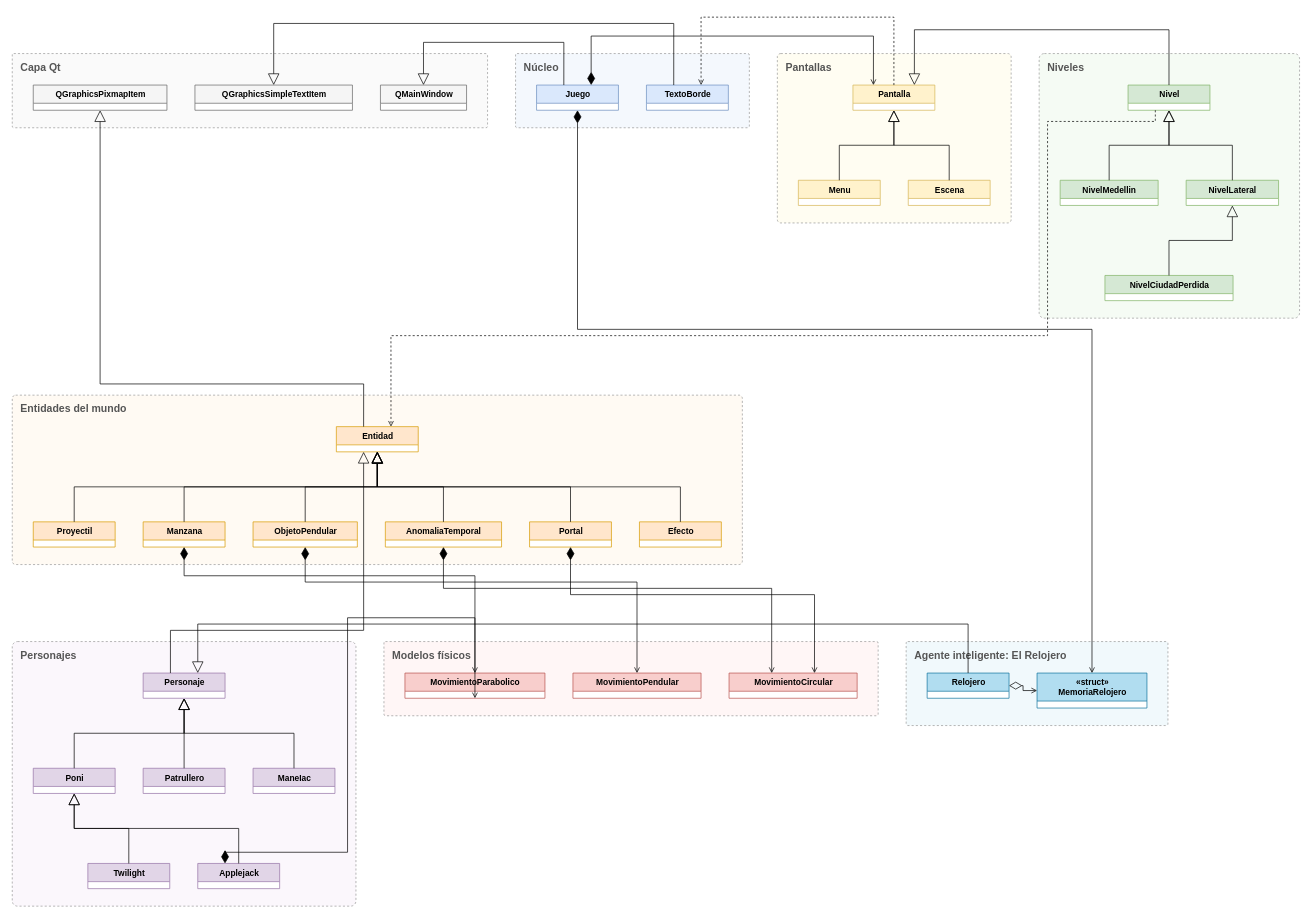
This is Juego/diagramas/diagrama_resumido.drawio from atunon-collab/Proyecto-final-My-Little-Pony-rumbo-a-la-ciudad-perdida-El-asesinato-de-Pablo-Escobar, a draw.io file, before an edit. Source tidied: cells renumbered, new cells numbered last; positions are measured from the earlier drawing's top-left corner, leaving out a move shared by most shapes. Both pictures are drawn from the tidied source at 70%, with x=0, y=0 at pixel (12, 17).
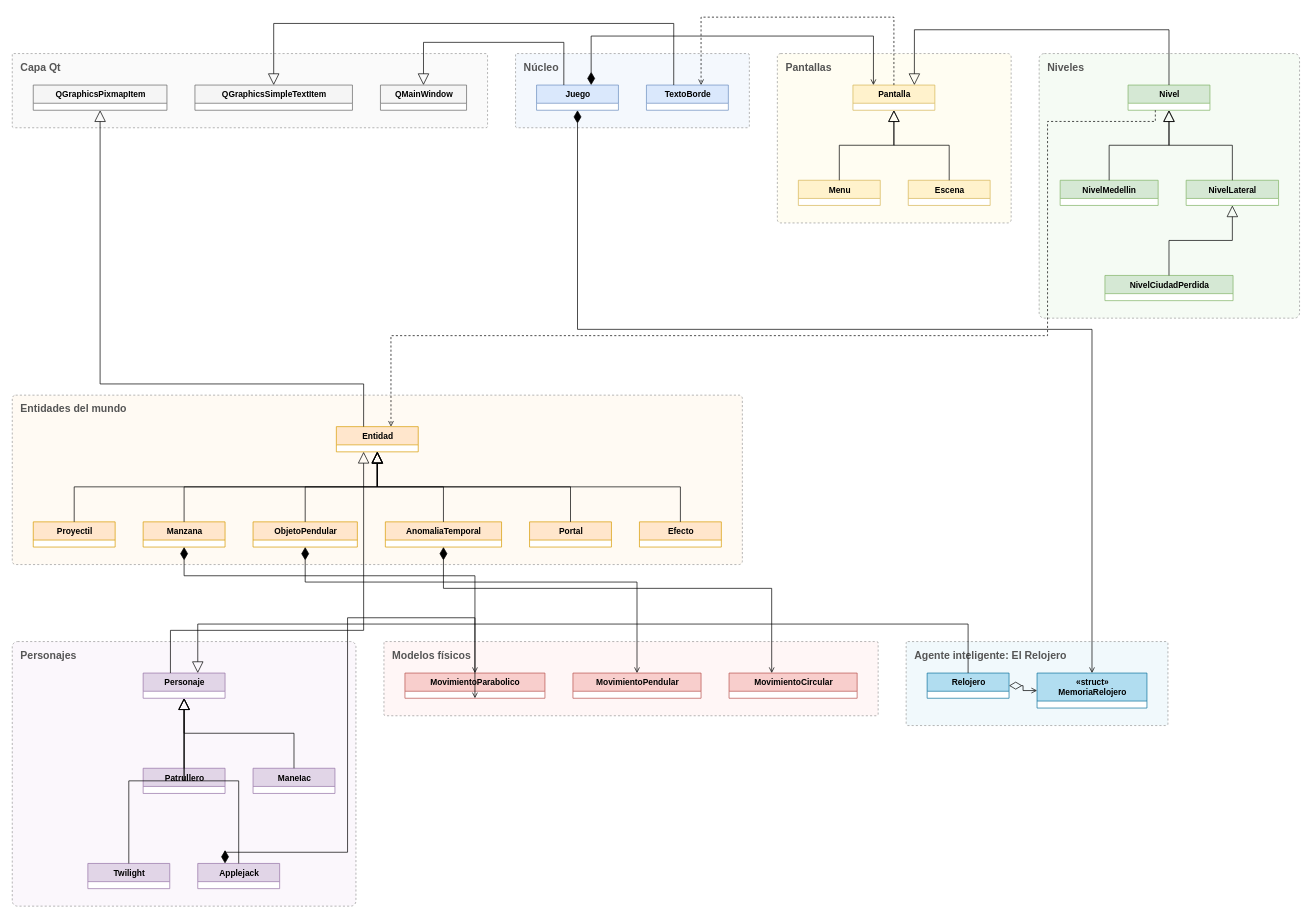
After the change.

Commit message (it also covers changes not shown here):
Twilight y Applejack heredan de Personaje: quito Poni y actualizo los diagramas

The change refers to these unchanged cells:
```xml
<mxCell id="24" value="Portal" style="swimlane;fontStyle=1;html=1;align=center;verticalAlign=top;horizontal=1;startSize=26;fillColor=#ffe6cc;strokeColor=#d79b00;fontSize=12;swimlaneFillColor=#ffffff;" parent="1" vertex="1">
  <mxGeometry x="739" y="721" width="117" height="36" as="geometry" />
</mxCell>
<mxCell id="27" value="Personaje" style="swimlane;fontStyle=1;html=1;align=center;verticalAlign=top;horizontal=1;startSize=26;fillColor=#e1d5e7;strokeColor=#9673a6;fontSize=12;swimlaneFillColor=#ffffff;" parent="1" vertex="1">
  <mxGeometry x="187" y="937" width="117" height="36" as="geometry" />
</mxCell>
<mxCell id="31" value="Twilight" style="swimlane;fontStyle=1;html=1;align=center;verticalAlign=top;horizontal=1;startSize=26;fillColor=#e1d5e7;strokeColor=#9673a6;fontSize=12;swimlaneFillColor=#ffffff;" parent="1" vertex="1">
  <mxGeometry x="108" y="1209" width="117" height="36" as="geometry" />
</mxCell>
<mxCell id="32" value="Applejack" style="swimlane;fontStyle=1;html=1;align=center;verticalAlign=top;horizontal=1;startSize=26;fillColor=#e1d5e7;strokeColor=#9673a6;fontSize=12;swimlaneFillColor=#ffffff;" parent="1" vertex="1">
  <mxGeometry x="265" y="1209" width="117" height="36" as="geometry" />
</mxCell>
<mxCell id="36" value="MovimientoCircular" style="swimlane;fontStyle=1;html=1;align=center;verticalAlign=top;horizontal=1;startSize=26;fillColor=#f8cecc;strokeColor=#b85450;fontSize=12;swimlaneFillColor=#ffffff;" parent="1" vertex="1">
  <mxGeometry x="1024" y="937" width="183" height="36" as="geometry" />
</mxCell>
```

What changed in the source:
```diff
@@
-    <mxCell id="28" value="Poni" style="swimlane;fontStyle=1;html=1;align=center;verticalAlign=top;horizontal=1;startSize=26;fillColor=#e1d5e7;strokeColor=#9673a6;fontSize=12;swimlaneFillColor=#ffffff;" parent="1" vertex="1">
-      <mxGeometry x="30" y="1073" width="117" height="36" as="geometry" />
-    </mxCell>
@@
-    <mxCell id="60" style="edgeStyle=orthogonalEdgeStyle;rounded=0;html=1;fontSize=11;endArrow=block;endFill=0;endSize=14;exitX=0.5;exitY=0;entryX=0.5;entryY=1;" parent="1" edge="1" source="28" target="27">
-      <mxGeometry relative="1" as="geometry" />
-    </mxCell>
@@
-    <mxCell id="64" style="edgeStyle=orthogonalEdgeStyle;rounded=0;html=1;fontSize=11;endArrow=block;endFill=0;endSize=14;exitX=0.5;exitY=0;entryX=0.5;entryY=1;" parent="1" edge="1" source="31" target="28">
+    <mxCell id="64" style="edgeStyle=orthogonalEdgeStyle;rounded=0;html=1;fontSize=11;endArrow=block;endFill=0;endSize=14;exitX=0.5;exitY=0;entryX=0.5;entryY=1;" parent="1" edge="1" source="31" target="27">
       <mxGeometry relative="1" as="geometry" />
     </mxCell>
-    <mxCell id="65" style="edgeStyle=orthogonalEdgeStyle;rounded=0;html=1;fontSize=11;endArrow=block;endFill=0;endSize=14;exitX=0.5;exitY=0;entryX=0.5;entryY=1;" parent="1" edge="1" source="32" target="28">
+    <mxCell id="65" style="edgeStyle=orthogonalEdgeStyle;rounded=0;html=1;fontSize=11;endArrow=block;endFill=0;endSize=14;exitX=0.5;exitY=0;entryX=0.5;entryY=1;" parent="1" edge="1" source="32" target="27">
       <mxGeometry relative="1" as="geometry" />
     </mxCell>
@@
-    <mxCell id="70" style="edgeStyle=orthogonalEdgeStyle;rounded=0;html=1;fontSize=11;startArrow=diamondThin;startFill=1;startSize=16;endArrow=open;endFill=0;exitX=0.500;exitY=1;entryX=0.667;entryY=0;" parent="1" edge="1" source="24" target="36">
-      <mxGeometry relative="1" as="geometry">
-        <Array as="points">
-          <mxPoint x="797" y="825" />
-          <mxPoint x="1146" y="825" />
-        </Array>
-      </mxGeometry>
-    </mxCell>
```
